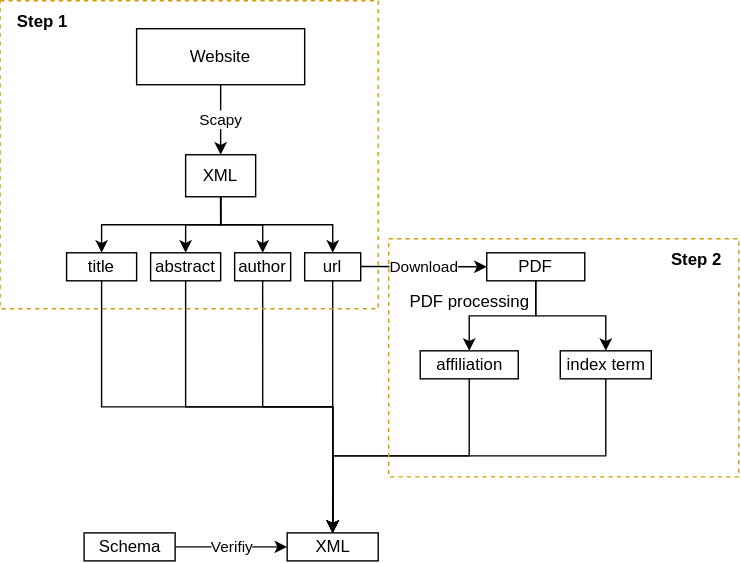
Earlier version of the draw.io export static/collect diagram.svg (Thanatoz-1/Text-Technology). Source tidied: cells renumbered, new cells last; positions are measured from the earlier drawing's top-left corner, leaving out a move shared by most shapes. Source of this version:
```xml
<mxGraphModel>
  <root>
    <mxCell id="0" />
    <mxCell id="1" parent="0" />
    <mxCell id="2" value="Website" style="rounded=0;whiteSpace=wrap;html=1;" parent="1" vertex="1">
      <mxGeometry x="98" y="20" width="120" height="40" as="geometry" />
    </mxCell>
    <mxCell id="3" value="dfd&lt;br&gt;" style="endArrow=classic;html=1;rounded=0;exitX=0.5;exitY=1;exitDx=0;exitDy=0;" parent="1" edge="1" source="2">
      <mxGeometry relative="1" as="geometry">
        <mxPoint x="158" y="110" as="targetPoint" />
        <Array as="points">
          <mxPoint x="158" y="80" />
        </Array>
      </mxGeometry>
    </mxCell>
    <mxCell id="4" value="Scapy" style="edgeLabel;html=1;align=center;verticalAlign=middle;" parent="3" vertex="1">
      <mxGeometry relative="1" as="geometry" />
    </mxCell>
    <mxCell id="5" style="edgeStyle=orthogonalEdgeStyle;rounded=0;jettySize=auto;html=1;" parent="1" edge="1" source="9" target="15">
      <mxGeometry relative="1" as="geometry" />
    </mxCell>
    <mxCell id="6" style="edgeStyle=orthogonalEdgeStyle;rounded=0;jettySize=auto;html=1;exitX=0.5;exitY=1;exitDx=0;exitDy=0;" parent="1" edge="1" source="9" target="17">
      <mxGeometry relative="1" as="geometry">
        <Array as="points">
          <mxPoint x="158" y="160" />
          <mxPoint x="73" y="160" />
        </Array>
      </mxGeometry>
    </mxCell>
    <mxCell id="7" style="edgeStyle=orthogonalEdgeStyle;rounded=0;jettySize=auto;html=1;exitX=0.5;exitY=1;exitDx=0;exitDy=0;" parent="1" edge="1" source="9" target="13">
      <mxGeometry relative="1" as="geometry" />
    </mxCell>
    <mxCell id="8" style="edgeStyle=orthogonalEdgeStyle;rounded=0;jettySize=auto;html=1;exitX=0.5;exitY=1;exitDx=0;exitDy=0;" parent="1" edge="1" source="9" target="11">
      <mxGeometry relative="1" as="geometry" />
    </mxCell>
    <mxCell id="9" value="XML" style="rounded=0;whiteSpace=wrap;html=1;" parent="1" vertex="1">
      <mxGeometry x="133" y="110" width="50" height="30" as="geometry" />
    </mxCell>
    <mxCell id="10" style="edgeStyle=orthogonalEdgeStyle;rounded=0;jettySize=auto;html=1;exitX=0.5;exitY=1;exitDx=0;exitDy=0;entryX=0.5;entryY=0;entryDx=0;entryDy=0;" parent="1" edge="1" source="11" target="28">
      <mxGeometry relative="1" as="geometry" />
    </mxCell>
    <mxCell id="11" value="url" style="rounded=0;whiteSpace=wrap;html=1;" parent="1" vertex="1">
      <mxGeometry x="218" y="180" width="40" height="20" as="geometry" />
    </mxCell>
    <mxCell id="12" style="edgeStyle=orthogonalEdgeStyle;rounded=0;jettySize=auto;html=1;exitX=0.5;exitY=1;exitDx=0;exitDy=0;" parent="1" edge="1" source="13" target="28">
      <mxGeometry relative="1" as="geometry">
        <Array as="points">
          <mxPoint x="188" y="290" />
          <mxPoint x="238" y="290" />
        </Array>
      </mxGeometry>
    </mxCell>
    <mxCell id="13" value="author" style="rounded=0;whiteSpace=wrap;html=1;" parent="1" vertex="1">
      <mxGeometry x="168" y="180" width="40" height="20" as="geometry" />
    </mxCell>
    <mxCell id="14" style="edgeStyle=orthogonalEdgeStyle;rounded=0;jettySize=auto;html=1;" parent="1" edge="1" source="15" target="28">
      <mxGeometry relative="1" as="geometry">
        <Array as="points">
          <mxPoint x="133" y="290" />
          <mxPoint x="238" y="290" />
        </Array>
      </mxGeometry>
    </mxCell>
    <mxCell id="15" value="abstract" style="rounded=0;whiteSpace=wrap;html=1;" parent="1" vertex="1">
      <mxGeometry x="108" y="180" width="50" height="20" as="geometry" />
    </mxCell>
    <mxCell id="16" style="edgeStyle=orthogonalEdgeStyle;rounded=0;jettySize=auto;html=1;" parent="1" edge="1" source="17">
      <mxGeometry relative="1" as="geometry">
        <mxPoint x="238" y="380" as="targetPoint" />
        <Array as="points">
          <mxPoint x="73" y="290" />
          <mxPoint x="238" y="290" />
        </Array>
      </mxGeometry>
    </mxCell>
    <mxCell id="17" value="title" style="rounded=0;whiteSpace=wrap;html=1;" parent="1" vertex="1">
      <mxGeometry x="48" y="180" width="50" height="20" as="geometry" />
    </mxCell>
    <mxCell id="18" style="edgeStyle=orthogonalEdgeStyle;rounded=0;jettySize=auto;html=1;entryX=0.5;entryY=0;entryDx=0;entryDy=0;" parent="1" edge="1" source="20" target="24">
      <mxGeometry relative="1" as="geometry" />
    </mxCell>
    <mxCell id="19" style="edgeStyle=orthogonalEdgeStyle;rounded=0;jettySize=auto;html=1;exitX=0.5;exitY=1;exitDx=0;exitDy=0;entryX=0.5;entryY=0;entryDx=0;entryDy=0;" parent="1" edge="1" source="20" target="26">
      <mxGeometry relative="1" as="geometry" />
    </mxCell>
    <mxCell id="20" value="PDF" style="whiteSpace=wrap;html=1;rounded=0;" parent="1" vertex="1">
      <mxGeometry x="348" y="180" width="70" height="20" as="geometry" />
    </mxCell>
    <mxCell id="21" style="endArrow=classic;html=1;rounded=0;entryX=0;entryY=0.5;entryDx=0;entryDy=0;" parent="1" edge="1" target="20">
      <mxGeometry relative="1" as="geometry">
        <mxPoint x="258" y="189.8" as="sourcePoint" />
      </mxGeometry>
    </mxCell>
    <mxCell id="22" value="Download" style="edgeLabel;html=1;align=center;verticalAlign=middle;" parent="21" vertex="1">
      <mxGeometry relative="1" as="geometry" />
    </mxCell>
    <mxCell id="23" style="edgeStyle=orthogonalEdgeStyle;rounded=0;jettySize=auto;html=1;exitX=0.5;exitY=1;exitDx=0;exitDy=0;" parent="1" edge="1" source="24">
      <mxGeometry relative="1" as="geometry">
        <mxPoint x="238" y="380" as="targetPoint" />
      </mxGeometry>
    </mxCell>
    <mxCell id="24" value="index term" style="rounded=0;whiteSpace=wrap;html=1;" parent="1" vertex="1">
      <mxGeometry x="400.5" y="250" width="65" height="20" as="geometry" />
    </mxCell>
    <mxCell id="25" style="edgeStyle=orthogonalEdgeStyle;rounded=0;jettySize=auto;html=1;exitX=0.5;exitY=1;exitDx=0;exitDy=0;entryX=0.5;entryY=0;entryDx=0;entryDy=0;" parent="1" edge="1" source="26" target="28">
      <mxGeometry relative="1" as="geometry" />
    </mxCell>
    <mxCell id="26" value="affiliation" style="rounded=0;whiteSpace=wrap;html=1;" parent="1" vertex="1">
      <mxGeometry x="300.5" y="250" width="70" height="20" as="geometry" />
    </mxCell>
    <mxCell id="27" value="PDF processing" style="text;html=1;strokeColor=none;fillColor=none;align=center;verticalAlign=middle;whiteSpace=wrap;rounded=0;" parent="1" vertex="1">
      <mxGeometry x="270.5" y="200" width="130" height="30" as="geometry" />
    </mxCell>
    <mxCell id="28" value="XML" style="whiteSpace=wrap;html=1;rounded=0;" parent="1" vertex="1">
      <mxGeometry x="205.5" y="380" width="65" height="20" as="geometry" />
    </mxCell>
    <mxCell id="29" style="rounded=0;whiteSpace=wrap;html=1;dashed=1;fillColor=none;strokeColor=#d79b00;" parent="1" vertex="1">
      <mxGeometry x="0.5" width="270" height="220" as="geometry" />
    </mxCell>
    <mxCell id="30" style="rounded=0;whiteSpace=wrap;html=1;dashed=1;fillColor=none;strokeColor=#d79b00;" parent="1" vertex="1">
      <mxGeometry x="278" y="170" width="250" height="170" as="geometry" />
    </mxCell>
    <mxCell id="31" value="&lt;b&gt;Step 1&lt;/b&gt;" style="text;html=1;strokeColor=none;fillColor=none;align=center;verticalAlign=middle;whiteSpace=wrap;rounded=0;dashed=1;" parent="1" vertex="1">
      <mxGeometry x="0.5" width="60" height="30" as="geometry" />
    </mxCell>
    <mxCell id="32" value="&lt;b&gt;Step 2&lt;/b&gt;" style="text;html=1;strokeColor=none;fillColor=none;align=center;verticalAlign=middle;whiteSpace=wrap;rounded=0;dashed=1;" parent="1" vertex="1">
      <mxGeometry x="468" y="170" width="60" height="30" as="geometry" />
    </mxCell>
    <mxCell id="33" style="endArrow=classic;html=1;rounded=0;exitX=1;exitY=0.5;exitDx=0;exitDy=0;entryX=0;entryY=0.5;entryDx=0;entryDy=0;" parent="1" edge="1" source="35" target="28">
      <mxGeometry relative="1" as="geometry" />
    </mxCell>
    <mxCell id="34" value="Verifiy" style="edgeLabel;html=1;align=center;verticalAlign=middle;dashed=1;fillColor=none;" parent="33" vertex="1">
      <mxGeometry relative="1" as="geometry" />
    </mxCell>
    <mxCell id="35" value="Schema" style="whiteSpace=wrap;html=1;rounded=0;" parent="1" vertex="1">
      <mxGeometry x="60.5" y="380" width="65" height="20" as="geometry" />
    </mxCell>
  </root>
</mxGraphModel>
```
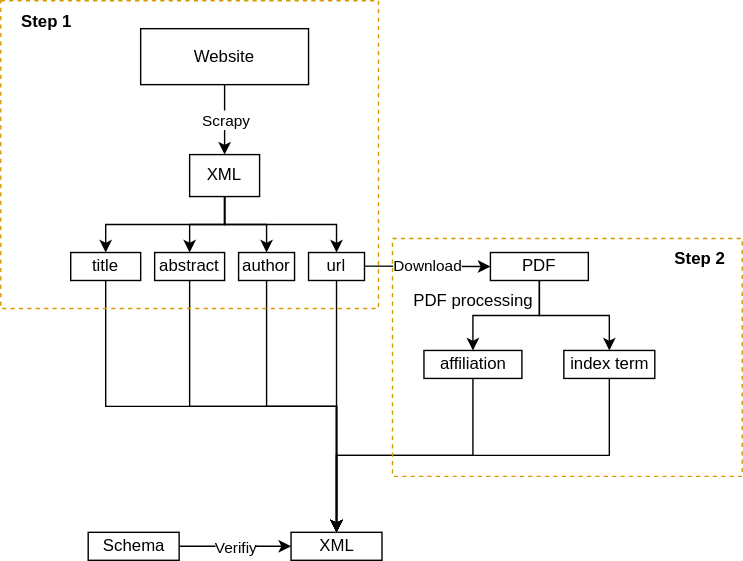
Above is the later version.

Commit message:
doc: fix typos in collect workflow, add links to examples io ref #22

The edit, as a diff of the source:
```diff
@@ -13,7 +13,7 @@
         </Array>
       </mxGeometry>
     </mxCell>
-    <mxCell id="4" value="Scapy" style="edgeLabel;html=1;align=center;verticalAlign=middle;" parent="3" vertex="1">
+    <mxCell id="4" value="Scrapy" style="edgeLabel;html=1;align=center;verticalAlign=middle;" parent="3" vertex="1">
       <mxGeometry relative="1" as="geometry" />
     </mxCell>
     <mxCell id="5" style="edgeStyle=orthogonalEdgeStyle;rounded=0;jettySize=auto;html=1;" parent="1" edge="1" source="9" target="15">
@@ -114,7 +114,7 @@
       <mxGeometry x="205.5" y="380" width="65" height="20" as="geometry" />
     </mxCell>
     <mxCell id="29" style="rounded=0;whiteSpace=wrap;html=1;dashed=1;fillColor=none;strokeColor=#d79b00;" parent="1" vertex="1">
-      <mxGeometry x="0.5" width="270" height="220" as="geometry" />
+      <mxGeometry x="-2" width="270" height="220" as="geometry" />
     </mxCell>
     <mxCell id="30" style="rounded=0;whiteSpace=wrap;html=1;dashed=1;fillColor=none;strokeColor=#d79b00;" parent="1" vertex="1">
       <mxGeometry x="278" y="170" width="250" height="170" as="geometry" />
```
